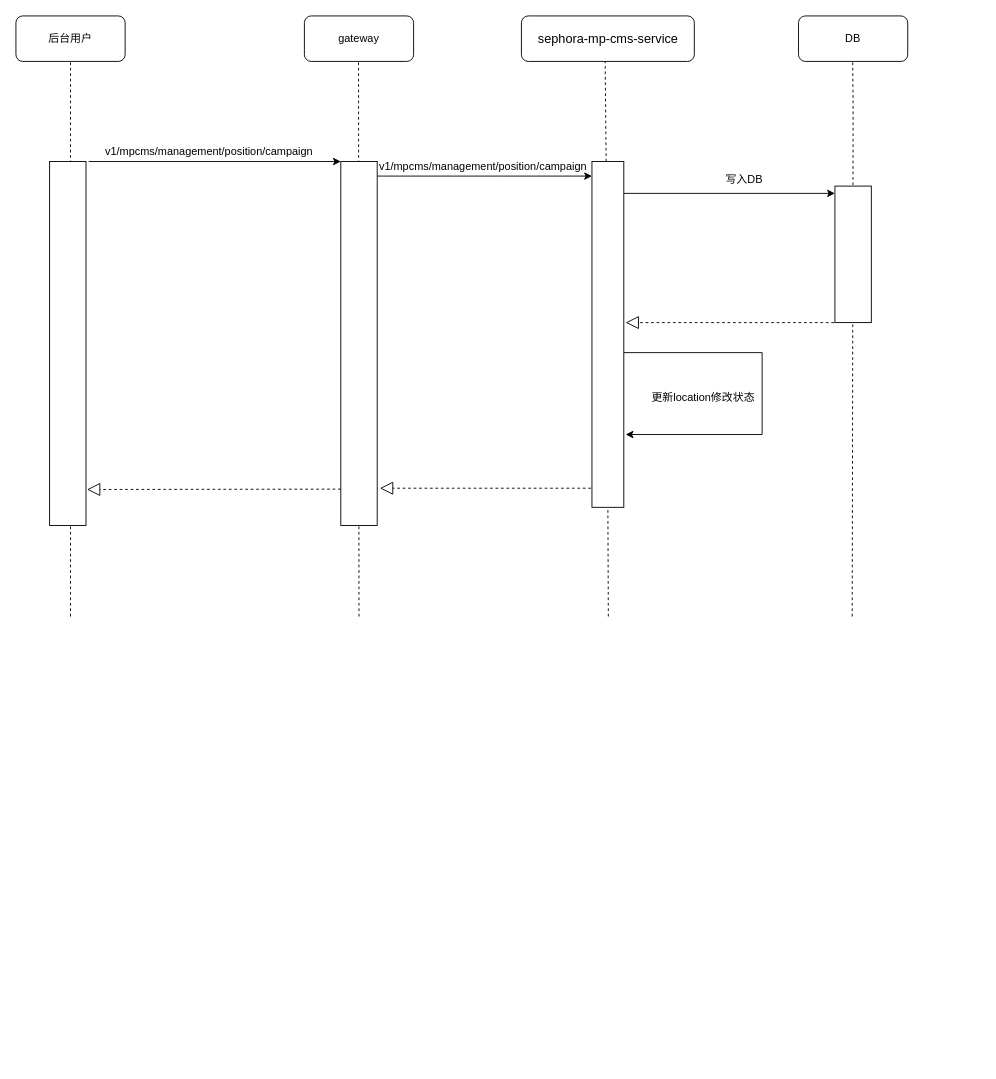
The draw.io diagram 广告管理-流行趋势-修改.drawio in xiazecheng/madao, before the edit. Source tidied: cells renumbered, new cells numbered last; positions are measured from the earlier drawing's top-left corner, leaving out a move shared by most shapes. Both pictures are drawn from the tidied source at 91%, with x=0, y=0 at pixel (15, 15).
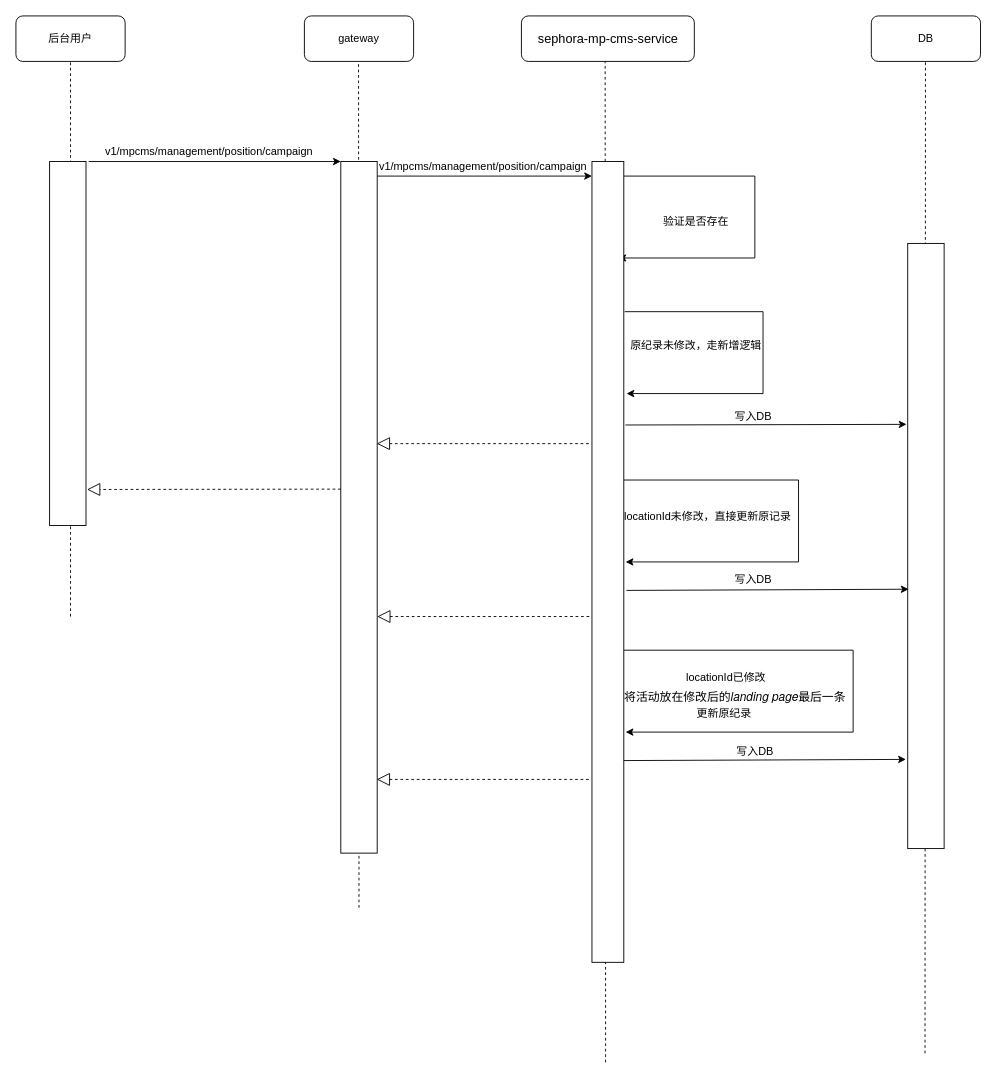
Above is the later version.

Commit message (it also covers changes not shown here):
更新广告管理-流行趋势-修改.drawio

What changed in the source:
```diff
@@
-    <mxCell id="6" style="endArrow=none;dashed=1;html=1;rounded=0;fontColor=#000000;entryX=0.5;entryY=1;entryDx=0;entryDy=0;startArrow=none;" parent="1" edge="1" source="9">
+    <mxCell id="6" style="endArrow=none;dashed=1;html=1;rounded=0;fontColor=#000000;entryX=0.5;entryY=1;entryDx=0;entryDy=0;startArrow=none;" parent="1" edge="1">
       <mxGeometry relative="1" as="geometry">
+        <mxPoint x="648" y="1150" as="sourcePoint" />
         <mxPoint x="647.5" y="50" as="targetPoint" />
       </mxGeometry>
     </mxCell>
-    <mxCell id="7" style="edgeStyle=orthogonalEdgeStyle;rounded=0;orthogonalLoop=1;jettySize=auto;html=1;entryX=0;entryY=0.5;entryDx=0;entryDy=0;fontColor=#000000;" parent="1" edge="1">
-      <mxGeometry relative="1" as="geometry">
-        <mxPoint x="668" y="195" as="sourcePoint" />
-        <mxPoint x="900" y="195" as="targetPoint" />
-      </mxGeometry>
-    </mxCell>
-    <mxCell id="8" style="edgeStyle=orthogonalEdgeStyle;rounded=0;jettySize=auto;html=1;" parent="1" edge="1" source="9">
+    <mxCell id="8" style="edgeStyle=orthogonalEdgeStyle;rounded=0;orthogonalLoop=1;jettySize=auto;html=1;" parent="1" edge="1">
       <mxGeometry relative="1" as="geometry">
-        <mxPoint x="670" y="460" as="targetPoint" />
+        <mxPoint x="660" y="176" as="sourcePoint" />
+        <mxPoint x="662" y="266" as="targetPoint" />
         <Array as="points">
-          <mxPoint x="820" y="370" />
-          <mxPoint x="820" y="460" />
+          <mxPoint x="812" y="176" />
+          <mxPoint x="812" y="266" />
         </Array>
       </mxGeometry>
     </mxCell>
     <mxCell id="9" style="rounded=0;whiteSpace=wrap;html=1;labelBackgroundColor=default;fontColor=#000000;" parent="1" vertex="1">
-      <mxGeometry x="633" y="160" width="35" height="380" as="geometry" />
+      <mxGeometry x="633" y="160" width="35" height="880" as="geometry" />
     </mxCell>
-    <mxCell id="10" style="endArrow=none;dashed=1;html=1;rounded=0;fontColor=#000000;entryX=0.5;entryY=1;entryDx=0;entryDy=0;" parent="1" edge="1" target="9">
-      <mxGeometry relative="1" as="geometry">
-        <mxPoint x="651" y="660" as="sourcePoint" />
-      </mxGeometry>
-    </mxCell>
@@
     <mxCell id="14" style="endArrow=none;dashed=1;html=1;rounded=0;fontColor=#000000;entryX=0.5;entryY=1;entryDx=0;entryDy=0;" parent="1" edge="1">
       <mxGeometry relative="1" as="geometry">
-        <mxPoint x="377" y="660" as="sourcePoint" />
+        <mxPoint x="377" y="980" as="sourcePoint" />
         <mxPoint x="376.5" y="50" as="targetPoint" />
       </mxGeometry>
     </mxCell>
@@
     <mxCell id="16" style="rounded=0;whiteSpace=wrap;html=1;labelBackgroundColor=default;fontColor=#000000;" parent="1" vertex="1">
-      <mxGeometry x="357" y="160" width="40" height="400" as="geometry" />
+      <mxGeometry x="357" y="160" width="40" height="760" as="geometry" />
     </mxCell>
@@
     <mxCell id="18" value="DB" style="rounded=1;whiteSpace=wrap;html=1;labelBackgroundColor=default;fontColor=#000000;" parent="1" vertex="1">
-      <mxGeometry x="860" width="120" height="50" as="geometry" />
+      <mxGeometry x="940" width="120" height="50" as="geometry" />
     </mxCell>
     <mxCell id="19" style="endArrow=none;dashed=1;html=1;rounded=0;fontColor=#000000;entryX=0.5;entryY=1;entryDx=0;entryDy=0;startArrow=none;" parent="1" edge="1">
       <mxGeometry relative="1" as="geometry">
-        <mxPoint x="919" y="660" as="sourcePoint" />
-        <mxPoint x="919.5" y="50" as="targetPoint" />
-        <Array as="points">
-          <mxPoint x="920" y="100" />
-        </Array>
+        <mxPoint x="999" y="1140" as="sourcePoint" />
+        <mxPoint x="999.5" y="50" as="targetPoint" />
       </mxGeometry>
     </mxCell>
-    <mxCell id="20" style="rounded=0;whiteSpace=wrap;html=1;labelBackgroundColor=default;fontColor=#000000;" parent="1" vertex="1">
-      <mxGeometry x="900" y="187" width="40" height="150" as="geometry" />
-    </mxCell>
-    <mxCell id="21" value="写入DB" style="text;html=1;align=center;verticalAlign=middle;strokeColor=none;fillColor=none;fontColor=#000000;" parent="1" vertex="1">
-      <mxGeometry x="770" y="170" width="60" height="20" as="geometry" />
-    </mxCell>
-    <mxCell id="22" style="endArrow=block;dashed=1;endFill=0;endSize=12;html=1;rounded=0;fontColor=#000000;exitX=0;exitY=1;exitDx=0;exitDy=0;" parent="1" edge="1">
-      <mxGeometry relative="1" as="geometry">
-        <mxPoint x="632" y="519" as="sourcePoint" />
-        <mxPoint x="400" y="519" as="targetPoint" />
-      </mxGeometry>
-    </mxCell>
-    <mxCell id="23" style="endArrow=block;dashed=1;endFill=0;endSize=12;html=1;rounded=0;fontColor=#000000;exitX=0;exitY=1;exitDx=0;exitDy=0;" parent="1" edge="1">
-      <mxGeometry relative="1" as="geometry">
-        <mxPoint x="899" y="337" as="sourcePoint" />
-        <mxPoint x="670" y="337" as="targetPoint" />
-      </mxGeometry>
-    </mxCell>
@@
-    <mxCell id="25" value="更新location修改状态" style="text;html=1;align=center;verticalAlign=middle;strokeColor=none;fillColor=none;" parent="1" vertex="1">
-      <mxGeometry x="690" y="410" width="130" height="20" as="geometry" />
+    <mxCell id="25" value="验证是否存在" style="text;html=1;align=center;verticalAlign=middle;strokeColor=none;fillColor=none;" parent="1" vertex="1">
+      <mxGeometry x="702" y="216" width="90" height="20" as="geometry" />
     </mxCell>
+    <mxCell id="20" style="rounded=0;whiteSpace=wrap;html=1;labelBackgroundColor=default;fontColor=#000000;" parent="1" vertex="1">
+      <mxGeometry x="980" y="250" width="40" height="665" as="geometry" />
+    </mxCell>
+    <mxCell id="26" style="edgeStyle=orthogonalEdgeStyle;rounded=0;orthogonalLoop=1;jettySize=auto;html=1;" parent="1" edge="1">
+      <mxGeometry relative="1" as="geometry">
+        <mxPoint x="668" y="510" as="sourcePoint" />
+        <mxPoint x="670" y="600" as="targetPoint" />
+        <Array as="points">
+          <mxPoint x="860" y="510" />
+          <mxPoint x="860" y="600" />
+        </Array>
+      </mxGeometry>
+    </mxCell>
+    <mxCell id="27" value="原纪录未修改，走新增逻辑" style="text;html=1;align=center;verticalAlign=middle;strokeColor=none;fillColor=none;" parent="1" vertex="1">
+      <mxGeometry x="667" y="353" width="160" height="20" as="geometry" />
+    </mxCell>
+    <mxCell id="28" style="endArrow=block;dashed=1;endFill=0;endSize=12;html=1;rounded=0;fontColor=#000000;exitX=0;exitY=1;exitDx=0;exitDy=0;" parent="1" edge="1">
+      <mxGeometry relative="1" as="geometry">
+        <mxPoint x="629.5" y="470" as="sourcePoint" />
+        <mxPoint x="396.5" y="470" as="targetPoint" />
+      </mxGeometry>
+    </mxCell>
+    <mxCell id="29" style="edgeStyle=orthogonalEdgeStyle;rounded=0;orthogonalLoop=1;jettySize=auto;html=1;" parent="1" edge="1">
+      <mxGeometry relative="1" as="geometry">
+        <mxPoint x="669" y="325" as="sourcePoint" />
+        <mxPoint x="671" y="415" as="targetPoint" />
+        <Array as="points">
+          <mxPoint x="821" y="325" />
+          <mxPoint x="821" y="415" />
+        </Array>
+      </mxGeometry>
+    </mxCell>
+    <mxCell id="30" value="locationId未修改，直接更新原记录" style="text;html=1;align=center;verticalAlign=middle;strokeColor=none;fillColor=none;" parent="1" vertex="1">
+      <mxGeometry x="660" y="540" width="200" height="20" as="geometry" />
+    </mxCell>
+    <mxCell id="31" style="edgeStyle=orthogonalEdgeStyle;rounded=0;orthogonalLoop=1;jettySize=auto;html=1;" parent="1" edge="1">
+      <mxGeometry relative="1" as="geometry">
+        <mxPoint x="668" y="697" as="sourcePoint" />
+        <mxPoint x="670" y="787" as="targetPoint" />
+        <Array as="points">
+          <mxPoint x="920" y="697" />
+          <mxPoint x="920" y="787" />
+        </Array>
+      </mxGeometry>
+    </mxCell>
+    <mxCell id="32" value="locationId已修改" style="text;html=1;align=center;verticalAlign=middle;strokeColor=none;fillColor=none;" parent="1" vertex="1">
+      <mxGeometry x="729.5" y="717" width="100" height="20" as="geometry" />
+    </mxCell>
+    <mxCell id="33" style="endArrow=block;dashed=1;endFill=0;endSize=12;html=1;rounded=0;fontColor=#000000;exitX=0;exitY=1;exitDx=0;exitDy=0;" parent="1" edge="1">
+      <mxGeometry relative="1" as="geometry">
+        <mxPoint x="630" y="660" as="sourcePoint" />
+        <mxPoint x="397" y="660" as="targetPoint" />
+      </mxGeometry>
+    </mxCell>
+    <mxCell id="34" style="endArrow=block;dashed=1;endFill=0;endSize=12;html=1;rounded=0;fontColor=#000000;exitX=0;exitY=1;exitDx=0;exitDy=0;" parent="1" edge="1">
+      <mxGeometry relative="1" as="geometry">
+        <mxPoint x="629.5" y="839" as="sourcePoint" />
+        <mxPoint x="396.5" y="839" as="targetPoint" />
+      </mxGeometry>
+    </mxCell>
+    <mxCell id="35" value="&lt;span style=&quot;font-family: &amp;#34;pingfang sc&amp;#34; ; font-size: 13px&quot;&gt;将活动放在修改后的&lt;/span&gt;&lt;span class=&quot;s1&quot; style=&quot;font-size: 13px ; font-stretch: normal ; line-height: normal ; font-family: &amp;#34;helvetica neue&amp;#34;&quot;&gt;&lt;i&gt;landing page&lt;/i&gt;&lt;/span&gt;&lt;span style=&quot;font-family: &amp;#34;pingfang sc&amp;#34; ; font-size: 13px&quot;&gt;最后一条&lt;/span&gt;" style="text;html=1;align=center;verticalAlign=middle;strokeColor=none;fillColor=none;" parent="1" vertex="1">
+      <mxGeometry x="660" y="737" width="260" height="20" as="geometry" />
+    </mxCell>
+    <mxCell id="36" value="更新原纪录" style="text;html=1;align=center;verticalAlign=middle;strokeColor=none;fillColor=none;" parent="1" vertex="1">
+      <mxGeometry x="737.5" y="757" width="80" height="20" as="geometry" />
+    </mxCell>
+    <mxCell id="37" style="endArrow=classic;html=1;rounded=0;entryX=-0.033;entryY=0.299;entryDx=0;entryDy=0;entryPerimeter=0;exitX=1.048;exitY=0.329;exitDx=0;exitDy=0;exitPerimeter=0;" parent="1" edge="1" source="9" target="20">
+      <mxGeometry relative="1" as="geometry" />
+    </mxCell>
+    <mxCell id="38" style="endArrow=classic;html=1;rounded=0;entryX=-0.008;entryY=0.419;entryDx=0;entryDy=0;entryPerimeter=0;exitX=1.048;exitY=0.329;exitDx=0;exitDy=0;exitPerimeter=0;" parent="1" edge="1">
+      <mxGeometry relative="1" as="geometry">
+        <mxPoint x="671" y="631.3" as="sourcePoint" />
+        <mxPoint x="981" y="630" as="targetPoint" />
+      </mxGeometry>
+    </mxCell>
+    <mxCell id="39" style="endArrow=classic;html=1;rounded=0;entryX=-0.008;entryY=0.419;entryDx=0;entryDy=0;entryPerimeter=0;exitX=1.048;exitY=0.329;exitDx=0;exitDy=0;exitPerimeter=0;" parent="1" edge="1">
+      <mxGeometry relative="1" as="geometry">
+        <mxPoint x="668" y="818.3" as="sourcePoint" />
+        <mxPoint x="978" y="817" as="targetPoint" />
+      </mxGeometry>
+    </mxCell>
+    <mxCell id="40" value="写入DB" style="text;html=1;align=center;verticalAlign=middle;strokeColor=none;fillColor=none;" parent="1" vertex="1">
+      <mxGeometry x="780" y="430" width="60" height="20" as="geometry" />
+    </mxCell>
+    <mxCell id="41" value="写入DB" style="text;html=1;align=center;verticalAlign=middle;strokeColor=none;fillColor=none;" parent="1" vertex="1">
+      <mxGeometry x="780" y="610" width="60" height="20" as="geometry" />
+    </mxCell>
+    <mxCell id="42" value="写入DB" style="text;html=1;align=center;verticalAlign=middle;strokeColor=none;fillColor=none;" parent="1" vertex="1">
+      <mxGeometry x="782" y="799" width="60" height="20" as="geometry" />
+    </mxCell>
```
